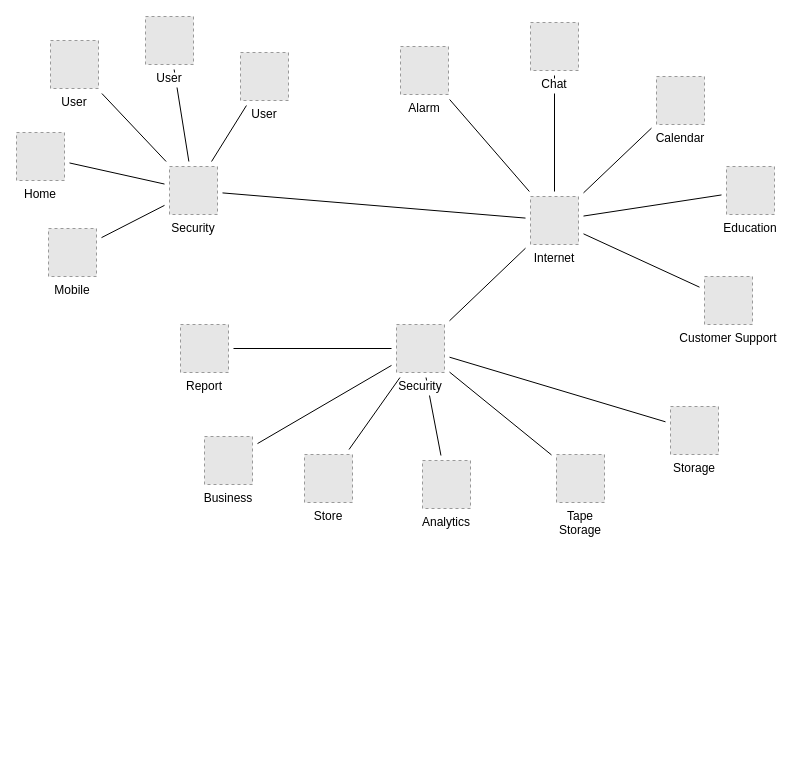
Above: Untitled Diagram.drawio in AmaranthosIO/drawings (draw.io), before the change. Source tidied: cells renumbered, new cells numbered last; positions are measured from the earlier drawing's top-left corner, leaving out a move shared by most shapes. Both pictures are drawn from the tidied source at 100%, with x=0, y=0 at pixel (16, 16). Pictures stored in the file or linked from it are replaced by grey dashed boxes.
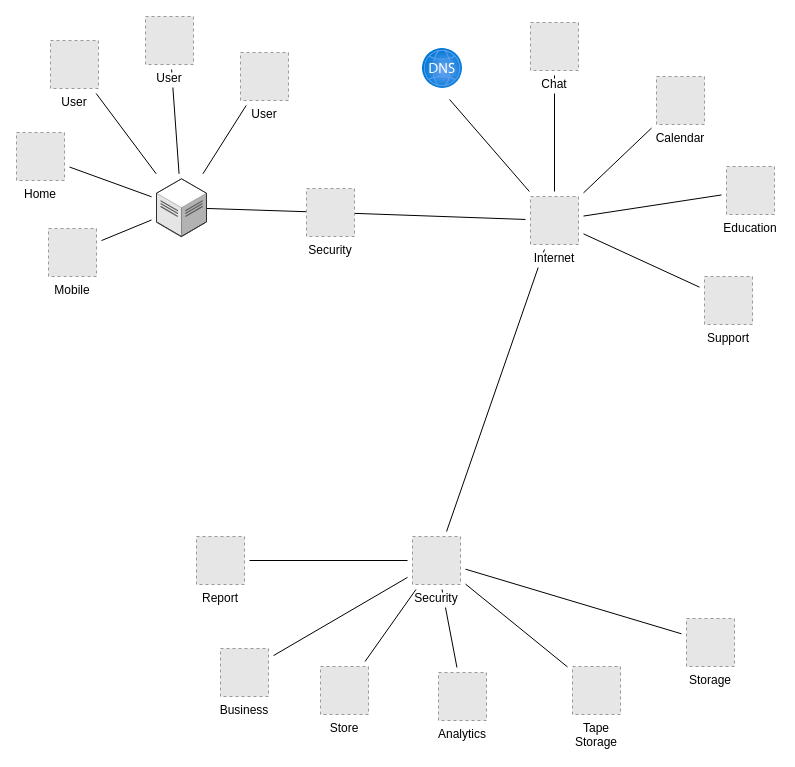
Above is the later version.

Unchanged cells that the change refers to:
```xml
<mxCell id="21" value="Mobile" style="fillColor=#E6E6E6;strokeColor=#999999;dashed=1;verticalLabelPosition=bottom;verticalAlign=top;labelBackgroundColor=#ffffff;" parent="1" vertex="1">
  <mxGeometry x="32" y="212" width="48" height="48" as="geometry" />
</mxCell>
<mxCell id="24" value="Home" style="fillColor=#E6E6E6;strokeColor=#999999;dashed=1;verticalLabelPosition=bottom;verticalAlign=top;labelBackgroundColor=#ffffff;" parent="1" vertex="1">
  <mxGeometry y="116" width="48" height="48" as="geometry" />
</mxCell>
<mxCell id="30" value="Internet" style="fillColor=#E6E6E6;strokeColor=#999999;dashed=1;verticalLabelPosition=bottom;verticalAlign=top;labelBackgroundColor=#ffffff;" parent="1" vertex="1">
  <mxGeometry x="514" y="180" width="48" height="48" as="geometry" />
</mxCell>
<mxCell id="35" value="User" style="fillColor=#E6E6E6;strokeColor=#999999;dashed=1;verticalLabelPosition=bottom;verticalAlign=top;labelBackgroundColor=#ffffff;" parent="1" vertex="1">
  <mxGeometry x="34" y="24" width="48" height="48" as="geometry" />
</mxCell>
<mxCell id="36" value="User" style="fillColor=#E6E6E6;strokeColor=#999999;dashed=1;verticalLabelPosition=bottom;verticalAlign=top;labelBackgroundColor=#ffffff;" parent="1" vertex="1">
  <mxGeometry x="224" y="36" width="48" height="48" as="geometry" />
</mxCell>
<mxCell id="37" value="User" style="fillColor=#E6E6E6;strokeColor=#999999;dashed=1;verticalLabelPosition=bottom;verticalAlign=top;labelBackgroundColor=#ffffff;" parent="1" vertex="1">
  <mxGeometry x="129" width="48" height="48" as="geometry" />
</mxCell>
```

The edit, as a diff of the source:
```diff
@@
-    <mxCell id="2" style="edgeStyle=none;rounded=0;jettySize=auto;html=1;sourcePerimeterSpacing=5;endArrow=none;endFill=0;targetPerimeterSpacing=5;" parent="1" edge="1" source="21" target="31">
+    <mxCell id="2" style="edgeStyle=none;rounded=0;jettySize=auto;html=1;sourcePerimeterSpacing=5;endArrow=none;endFill=0;targetPerimeterSpacing=5;" parent="1" edge="1" source="21" target="41">
       <mxGeometry relative="1" as="geometry" />
     </mxCell>
-    <mxCell id="3" style="edgeStyle=none;rounded=0;jettySize=auto;html=1;sourcePerimeterSpacing=5;endArrow=none;endFill=0;targetPerimeterSpacing=5;" parent="1" edge="1" source="24" target="31">
+    <mxCell id="3" style="edgeStyle=none;rounded=0;jettySize=auto;html=1;sourcePerimeterSpacing=5;endArrow=none;endFill=0;targetPerimeterSpacing=5;" parent="1" edge="1" source="24" target="41">
       <mxGeometry relative="1" as="geometry" />
     </mxCell>
-    <mxCell id="4" style="edgeStyle=none;rounded=0;jettySize=auto;html=1;sourcePerimeterSpacing=5;endArrow=none;endFill=0;targetPerimeterSpacing=5;" parent="1" edge="1" source="30" target="26">
-      <mxGeometry relative="1" as="geometry" />
+    <mxCell id="4" style="edgeStyle=none;rounded=0;jettySize=auto;html=1;sourcePerimeterSpacing=5;endArrow=none;endFill=0;targetPerimeterSpacing=5;" parent="1" edge="1" source="30">
+      <mxGeometry relative="1" as="geometry">
+        <mxPoint x="433.1" y="83" as="targetPoint" />
+      </mxGeometry>
     </mxCell>
@@
-    <mxCell id="10" style="edgeStyle=none;rounded=0;jettySize=auto;html=1;sourcePerimeterSpacing=5;endArrow=none;endFill=0;targetPerimeterSpacing=5;" parent="1" edge="1" source="31" target="30">
+    <mxCell id="10" style="edgeStyle=none;rounded=0;jettySize=auto;html=1;endArrow=none;endFill=0;targetPerimeterSpacing=5;startArrow=none;" parent="1" edge="1" source="31" target="30">
       <mxGeometry relative="1" as="geometry" />
     </mxCell>
-    <mxCell id="11" style="edgeStyle=none;rounded=0;jettySize=auto;html=1;sourcePerimeterSpacing=5;endArrow=none;endFill=0;targetPerimeterSpacing=5;" parent="1" edge="1" source="35" target="31">
+    <mxCell id="11" style="edgeStyle=none;rounded=0;jettySize=auto;html=1;sourcePerimeterSpacing=5;endArrow=none;endFill=0;targetPerimeterSpacing=5;" parent="1" edge="1" source="35" target="41">
       <mxGeometry relative="1" as="geometry" />
     </mxCell>
-    <mxCell id="12" style="rounded=0;jettySize=auto;html=1;endArrow=none;endFill=0;sourcePerimeterSpacing=5;targetPerimeterSpacing=5;" parent="1" edge="1" source="36" target="31">
+    <mxCell id="12" style="rounded=0;jettySize=auto;html=1;endArrow=none;endFill=0;sourcePerimeterSpacing=5;targetPerimeterSpacing=5;" parent="1" edge="1" source="36" target="41">
       <mxGeometry relative="1" as="geometry" />
     </mxCell>
-    <mxCell id="13" style="edgeStyle=none;rounded=0;jettySize=auto;html=1;sourcePerimeterSpacing=5;endArrow=none;endFill=0;targetPerimeterSpacing=5;" parent="1" edge="1" source="37" target="31">
+    <mxCell id="13" style="edgeStyle=none;rounded=0;jettySize=auto;html=1;sourcePerimeterSpacing=5;endArrow=none;endFill=0;targetPerimeterSpacing=5;" parent="1" edge="1" source="37" target="41">
       <mxGeometry relative="1" as="geometry" />
     </mxCell>
@@
     <mxCell id="20" value="Tape&#10;Storage" style="fillColor=#E6E6E6;strokeColor=#999999;dashed=1;verticalLabelPosition=bottom;verticalAlign=top;labelBackgroundColor=#ffffff;" parent="1" vertex="1">
-      <mxGeometry x="540" y="438" width="48" height="48" as="geometry" />
+      <mxGeometry x="556" y="650" width="48" height="48" as="geometry" />
     </mxCell>
@@
-    <mxCell id="23" value="Customer Support" style="fillColor=#E6E6E6;strokeColor=#999999;dashed=1;verticalLabelPosition=bottom;verticalAlign=top;labelBackgroundColor=#ffffff;" parent="1" vertex="1">
+    <mxCell id="23" value="Support" style="fillColor=#E6E6E6;strokeColor=#999999;dashed=1;verticalLabelPosition=bottom;verticalAlign=top;labelBackgroundColor=#ffffff;" parent="1" vertex="1">
       <mxGeometry x="688" y="260" width="48" height="48" as="geometry" />
     </mxCell>
@@
-    <mxCell id="26" value="Alarm" style="fillColor=#E6E6E6;strokeColor=#999999;dashed=1;verticalLabelPosition=bottom;verticalAlign=top;labelBackgroundColor=#ffffff;" parent="1" vertex="1">
-      <mxGeometry x="384" y="30" width="48" height="48" as="geometry" />
-    </mxCell>
     <mxCell id="27" value="Business" style="fillColor=#E6E6E6;strokeColor=#999999;dashed=1;verticalLabelPosition=bottom;verticalAlign=top;labelBackgroundColor=#ffffff;" parent="1" vertex="1">
-      <mxGeometry x="188" y="420" width="48" height="48" as="geometry" />
+      <mxGeometry x="204" y="632" width="48" height="48" as="geometry" />
     </mxCell>
     <mxCell id="28" value="Report" style="fillColor=#E6E6E6;strokeColor=#999999;dashed=1;verticalLabelPosition=bottom;verticalAlign=top;labelBackgroundColor=#ffffff;" parent="1" vertex="1">
-      <mxGeometry x="164" y="308" width="48" height="48" as="geometry" />
+      <mxGeometry x="180" y="520" width="48" height="48" as="geometry" />
     </mxCell>
     <mxCell id="29" value="Storage" style="fillColor=#E6E6E6;strokeColor=#999999;dashed=1;verticalLabelPosition=bottom;verticalAlign=top;labelBackgroundColor=#ffffff;" parent="1" vertex="1">
-      <mxGeometry x="654" y="390" width="48" height="48" as="geometry" />
+      <mxGeometry x="670" y="602" width="48" height="48" as="geometry" />
     </mxCell>
@@
-    <mxCell id="31" value="Security" style="fillColor=#E6E6E6;strokeColor=#999999;dashed=1;verticalLabelPosition=bottom;verticalAlign=top;labelBackgroundColor=#ffffff;" parent="1" vertex="1">
-      <mxGeometry x="153" y="150" width="48" height="48" as="geometry" />
-    </mxCell>
@@
     <mxCell id="33" value="Analytics" style="fillColor=#E6E6E6;strokeColor=#999999;dashed=1;verticalLabelPosition=bottom;verticalAlign=top;labelBackgroundColor=#ffffff;" parent="1" vertex="1">
-      <mxGeometry x="406" y="444" width="48" height="48" as="geometry" />
+      <mxGeometry x="422" y="656" width="48" height="48" as="geometry" />
     </mxCell>
     <mxCell id="34" value="Store" style="fillColor=#E6E6E6;strokeColor=#999999;dashed=1;verticalLabelPosition=bottom;verticalAlign=top;labelBackgroundColor=#ffffff;" parent="1" vertex="1">
-      <mxGeometry x="288" y="438" width="48" height="48" as="geometry" />
+      <mxGeometry x="304" y="650" width="48" height="48" as="geometry" />
     </mxCell>
@@
     <mxCell id="38" value="Security" style="fillColor=#E6E6E6;strokeColor=#999999;dashed=1;verticalLabelPosition=bottom;verticalAlign=top;labelBackgroundColor=#ffffff;" parent="1" vertex="1">
-      <mxGeometry x="380" y="308" width="48" height="48" as="geometry" />
+      <mxGeometry x="396" y="520" width="48" height="48" as="geometry" />
     </mxCell>
+    <mxCell id="39" style="html=1;align=center;image;fontSize=12;image=img/lib/azure2/networking/DNS_Zones.svg;" parent="1" vertex="1">
+      <mxGeometry x="406" y="32" width="40" height="40" as="geometry" />
+    </mxCell>
+    <mxCell id="40" style="edgeStyle=none;rounded=0;jettySize=auto;html=1;endArrow=none;endFill=0;" parent="1" edge="1" source="41" target="31">
+      <mxGeometry relative="1" as="geometry" />
+    </mxCell>
+    <mxCell id="41" style="verticalLabelPosition=bottom;html=1;verticalAlign=top;strokeWidth=1;align=center;outlineConnect=0;dashed=0;outlineConnect=0;shape=mxgraph.aws3d.dataCenter;strokeColor=#5E5E5E;" parent="1" vertex="1">
+      <mxGeometry x="140" y="162.3" width="50" height="57.7" as="geometry" />
+    </mxCell>
+    <mxCell id="31" value="Security" style="fillColor=#E6E6E6;strokeColor=#999999;dashed=1;verticalLabelPosition=bottom;verticalAlign=top;labelBackgroundColor=#ffffff;" parent="1" vertex="1">
+      <mxGeometry x="290" y="172" width="48" height="48" as="geometry" />
+    </mxCell>
```
